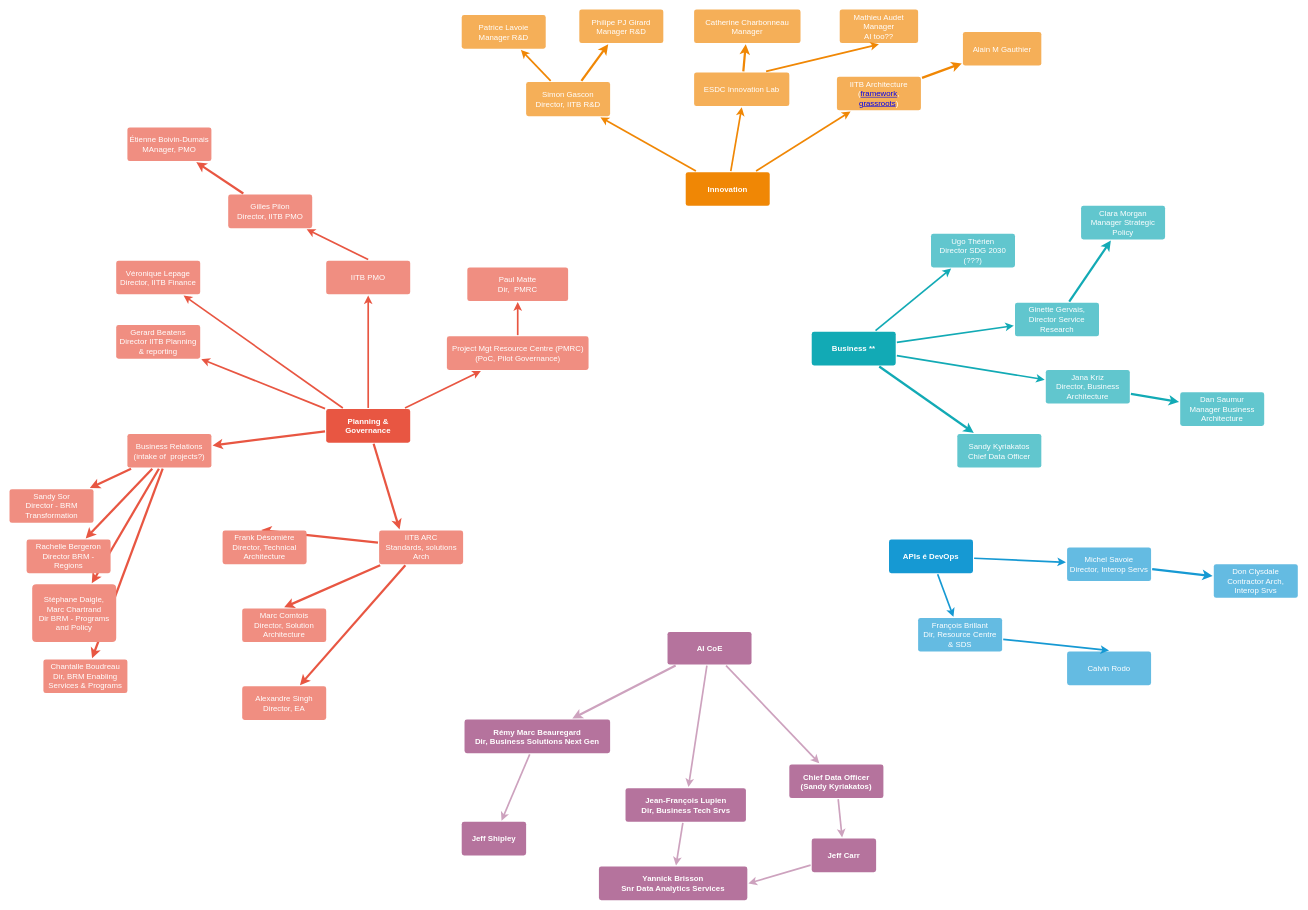
This is ReferenceMaterials/Stakeholder MindMap.drawio from sara-sabr/ITStrategy, a draw.io file, before an edit. Source tidied: cells renumbered, new cells numbered last; positions are measured from the earlier drawing's top-left corner, leaving out a move shared by most shapes. Both pictures are drawn from the tidied source at 56%, with x=0, y=0 at pixel (10, 10).
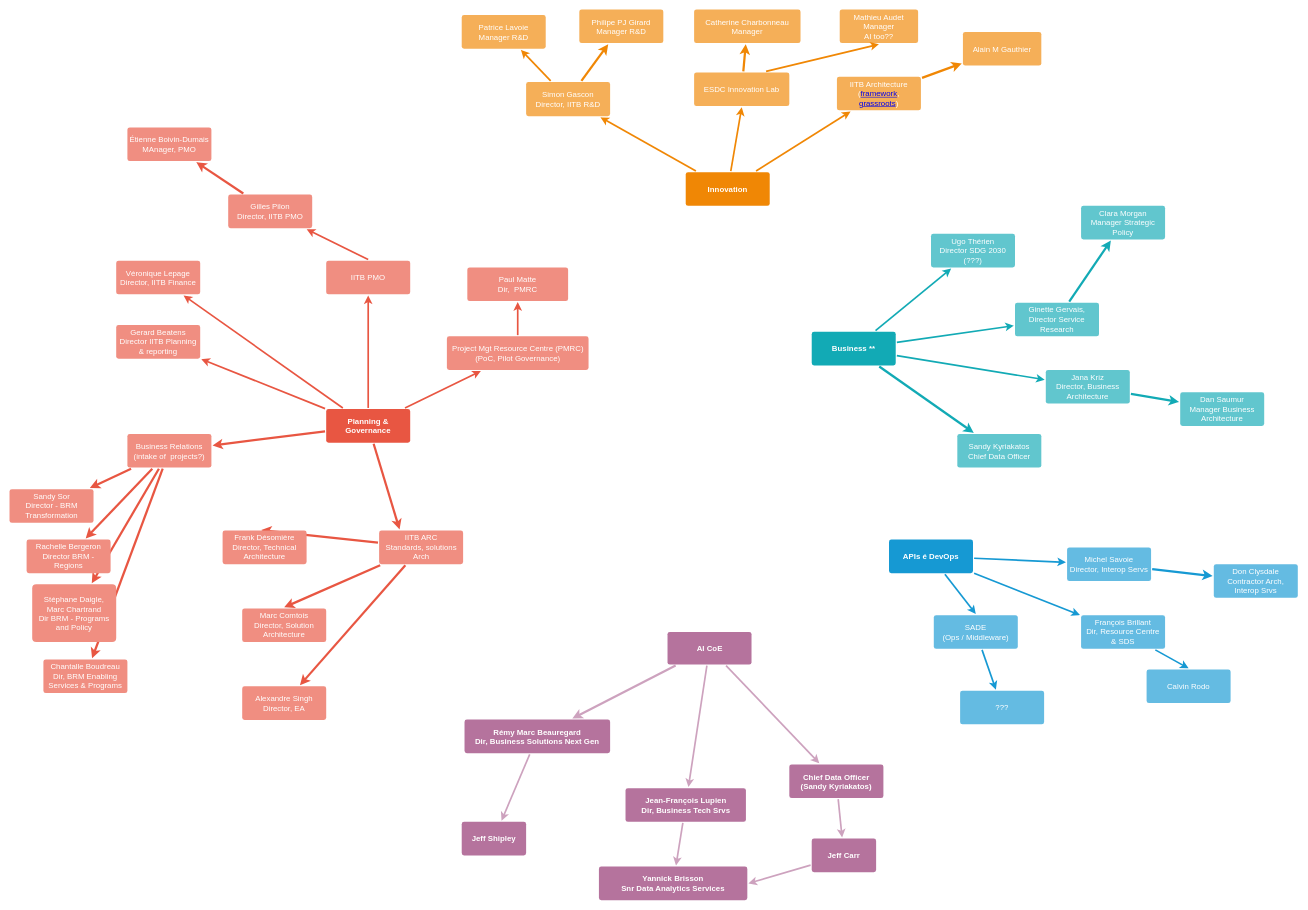
The same diagram, later.

The change refers to these unchanged cells:
```xml
<mxCell id="15" value="APIs é DevOps" style="rounded=1;whiteSpace=wrap;html=1;shadow=0;labelBackgroundColor=none;strokeColor=none;strokeWidth=3;fillColor=#1699d3;fontFamily=Helvetica;fontSize=14;fontColor=#FFFFFF;align=center;spacing=5;fontStyle=1;arcSize=7;perimeterSpacing=2;" parent="1" vertex="1">
  <mxGeometry x="1570" y="946" width="150" height="60" as="geometry" />
</mxCell>
```

What changed in the source:
```diff
@@
+    <mxCell id="88" style="edgeStyle=none;rounded=0;jettySize=auto;html=1;entryX=0.5;entryY=0;entryDx=0;entryDy=0;strokeColor=#1699D3;strokeWidth=3;" parent="1" edge="1" source="15" target="90">
+      <mxGeometry relative="1" as="geometry" />
+    </mxCell>
@@
     <mxCell id="85" value="Calvin Rodo" style="rounded=1;whiteSpace=wrap;html=1;shadow=0;labelBackgroundColor=none;strokeColor=none;strokeWidth=3;fillColor=#64bbe2;fontFamily=Helvetica;fontSize=14;fontColor=#FFFFFF;align=center;spacing=5;arcSize=7;perimeterSpacing=2;" parent="1" vertex="1">
-      <mxGeometry x="1888" y="1146" width="150" height="60" as="geometry" />
+      <mxGeometry x="2030" y="1178" width="150" height="60" as="geometry" />
     </mxCell>
     <mxCell id="86" value="&lt;div&gt;François Brillant&lt;/div&gt;&lt;div&gt;Dir, Resource Centre &amp;amp; SDS&lt;br&gt;&lt;/div&gt;" style="rounded=1;whiteSpace=wrap;html=1;shadow=0;labelBackgroundColor=none;strokeColor=none;strokeWidth=3;fillColor=#64bbe2;fontFamily=Helvetica;fontSize=14;fontColor=#FFFFFF;align=center;spacing=5;arcSize=7;perimeterSpacing=2;" parent="1" vertex="1">
-      <mxGeometry x="1622" y="1086" width="150" height="60" as="geometry" />
+      <mxGeometry x="1913" y="1081" width="150" height="60" as="geometry" />
     </mxCell>
@@
+    <mxCell id="89" style="edgeStyle=none;rounded=0;jettySize=auto;html=1;strokeColor=#1699D3;strokeWidth=3;" parent="1" edge="1" source="90" target="91">
+      <mxGeometry relative="1" as="geometry" />
+    </mxCell>
+    <mxCell id="90" value="&lt;div&gt;SADE&lt;/div&gt;&lt;div&gt;(Ops / Middleware)&lt;br&gt;&lt;/div&gt;" style="rounded=1;whiteSpace=wrap;html=1;shadow=0;labelBackgroundColor=none;strokeColor=none;strokeWidth=3;fillColor=#64bbe2;fontFamily=Helvetica;fontSize=14;fontColor=#FFFFFF;align=center;spacing=5;arcSize=7;perimeterSpacing=2;" parent="1" vertex="1">
+      <mxGeometry x="1650" y="1081" width="150" height="60" as="geometry" />
+    </mxCell>
+    <mxCell id="91" value="???" style="rounded=1;whiteSpace=wrap;html=1;shadow=0;labelBackgroundColor=none;strokeColor=none;strokeWidth=3;fillColor=#64bbe2;fontFamily=Helvetica;fontSize=14;fontColor=#FFFFFF;align=center;spacing=5;arcSize=7;perimeterSpacing=2;" parent="1" vertex="1">
+      <mxGeometry x="1697" y="1216" width="150" height="60" as="geometry" />
+    </mxCell>
```
